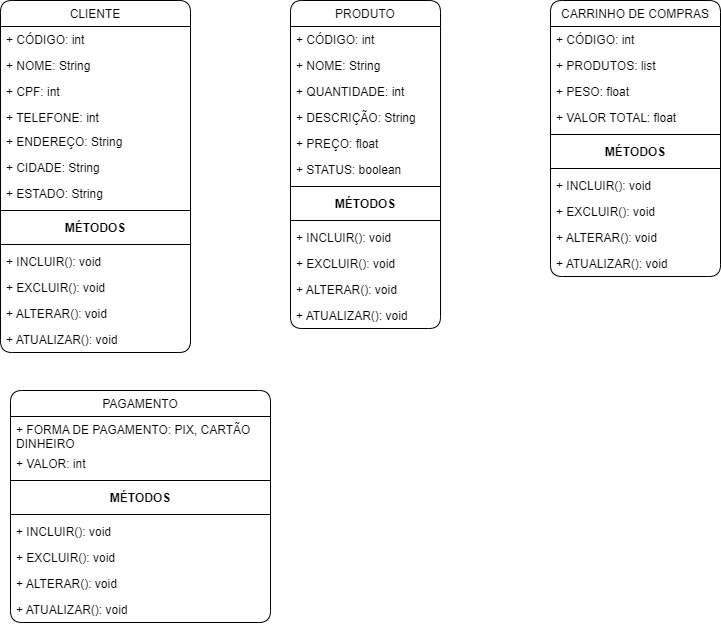
Before: Untitled Diagram.drawio.png, a diagram exported from draw.io (joao100101/Engenharia-De-Software). Source tidied: cells renumbered, new cells last; positions are measured from the earlier drawing's top-left corner, leaving out a move shared by most shapes.
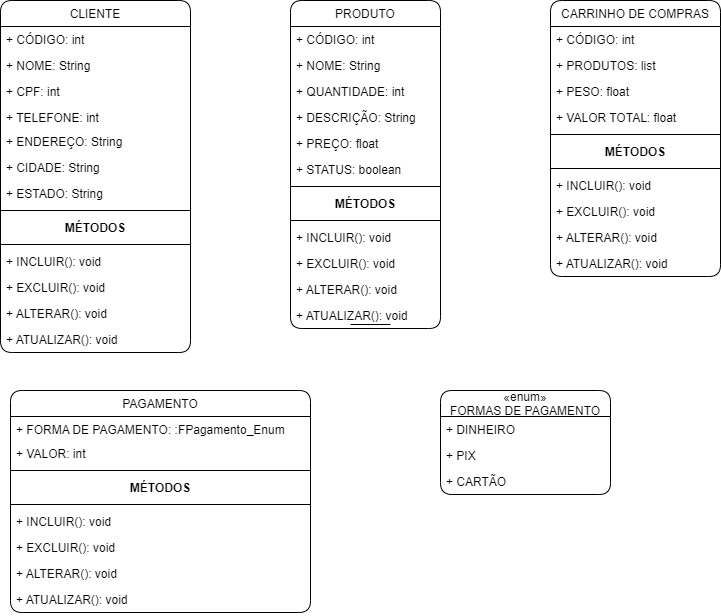
After the commit.

Commit message:
Pagamento atualizado

What changed in the source:
```diff
@@ -126,34 +126,49 @@
       <mxGeometry y="250" width="170" height="26" as="geometry" />
     </mxCell>
     <mxCell id="43" value="PAGAMENTO" style="swimlane;fontStyle=0;horizontal=1;startSize=26;fillColor=none;rounded=1;" parent="1" vertex="1">
-      <mxGeometry x="10" y="390" width="260" height="232" as="geometry" />
+      <mxGeometry x="10" y="390" width="300" height="222" as="geometry" />
     </mxCell>
-    <mxCell id="44" value="+ FORMA DE PAGAMENTO: PIX, CARTÃO&#10;DINHEIRO" style="text;strokeColor=none;fillColor=none;align=left;verticalAlign=top;spacingLeft=4;spacingRight=4;overflow=hidden;rounded=1;" parent="43" vertex="1">
-      <mxGeometry y="26" width="260" height="34" as="geometry" />
+    <mxCell id="44" value="+ FORMA DE PAGAMENTO: :FPagamento_Enum" style="text;strokeColor=none;fillColor=none;align=left;verticalAlign=top;spacingLeft=4;spacingRight=4;overflow=hidden;rounded=1;" parent="43" vertex="1">
+      <mxGeometry y="26" width="300" height="24" as="geometry" />
     </mxCell>
     <mxCell id="45" value="+ VALOR: int" style="text;strokeColor=none;fillColor=none;align=left;verticalAlign=top;spacingLeft=4;spacingRight=4;overflow=hidden;rounded=1;" parent="43" vertex="1">
-      <mxGeometry y="60" width="260" height="26" as="geometry" />
+      <mxGeometry y="50" width="300" height="26" as="geometry" />
     </mxCell>
     <mxCell id="46" style="line;strokeWidth=1;fillColor=none;align=left;verticalAlign=middle;spacingTop=-1;spacingLeft=3;spacingRight=3;labelPosition=right;rounded=1;" parent="43" vertex="1">
-      <mxGeometry y="86" width="260" height="8" as="geometry" />
+      <mxGeometry y="76" width="300" height="8" as="geometry" />
     </mxCell>
     <mxCell id="47" value="MÉTODOS" style="text;align=center;fontStyle=1;verticalAlign=middle;spacingLeft=3;spacingRight=3;strokeColor=none;rounded=1;" parent="43" vertex="1">
-      <mxGeometry y="94" width="260" height="26" as="geometry" />
+      <mxGeometry y="84" width="300" height="26" as="geometry" />
     </mxCell>
     <mxCell id="48" style="line;strokeWidth=1;fillColor=none;align=left;verticalAlign=middle;spacingTop=-1;spacingLeft=3;spacingRight=3;labelPosition=right;rounded=1;" parent="43" vertex="1">
-      <mxGeometry y="120" width="260" height="8" as="geometry" />
+      <mxGeometry y="110" width="300" height="8" as="geometry" />
     </mxCell>
     <mxCell id="49" value="+ INCLUIR(): void" style="text;strokeColor=none;fillColor=none;align=left;verticalAlign=top;spacingLeft=4;spacingRight=4;overflow=hidden;rounded=1;" parent="43" vertex="1">
-      <mxGeometry y="128" width="260" height="26" as="geometry" />
+      <mxGeometry y="118" width="300" height="26" as="geometry" />
     </mxCell>
     <mxCell id="50" value="+ EXCLUIR(): void" style="text;strokeColor=none;fillColor=none;align=left;verticalAlign=top;spacingLeft=4;spacingRight=4;overflow=hidden;rounded=1;" parent="43" vertex="1">
-      <mxGeometry y="154" width="260" height="26" as="geometry" />
+      <mxGeometry y="144" width="300" height="26" as="geometry" />
     </mxCell>
     <mxCell id="51" value="+ ALTERAR(): void" style="text;strokeColor=none;fillColor=none;align=left;verticalAlign=top;spacingLeft=4;spacingRight=4;overflow=hidden;rounded=1;" parent="43" vertex="1">
-      <mxGeometry y="180" width="260" height="26" as="geometry" />
+      <mxGeometry y="170" width="300" height="26" as="geometry" />
     </mxCell>
     <mxCell id="52" value="+ ATUALIZAR(): void" style="text;strokeColor=none;fillColor=none;align=left;verticalAlign=top;spacingLeft=4;spacingRight=4;overflow=hidden;rounded=1;" parent="43" vertex="1">
-      <mxGeometry y="206" width="260" height="26" as="geometry" />
+      <mxGeometry y="196" width="300" height="26" as="geometry" />
     </mxCell>
+    <mxCell id="53" style="line;strokeWidth=1;fillColor=none;align=left;verticalAlign=middle;spacingTop=-1;spacingLeft=3;spacingRight=3;labelPosition=right;rounded=1;" parent="1" vertex="1">
+      <mxGeometry x="350" y="320" width="40" height="8" as="geometry" />
+    </mxCell>
+    <mxCell id="54" value="«enum»&#10;FORMAS DE PAGAMENTO" style="swimlane;fontStyle=0;horizontal=1;startSize=26;fillColor=none;rounded=1;" parent="1" vertex="1">
+      <mxGeometry x="440" y="390" width="170" height="104" as="geometry" />
+    </mxCell>
+    <mxCell id="55" value="+ DINHEIRO" style="text;strokeColor=none;fillColor=none;align=left;verticalAlign=top;spacingLeft=4;spacingRight=4;overflow=hidden;rounded=1;" parent="54" vertex="1">
+      <mxGeometry y="26" width="170" height="26" as="geometry" />
+    </mxCell>
+    <mxCell id="56" value="+ PIX" style="text;strokeColor=none;fillColor=none;align=left;verticalAlign=top;spacingLeft=4;spacingRight=4;overflow=hidden;rounded=1;" parent="54" vertex="1">
+      <mxGeometry y="52" width="170" height="26" as="geometry" />
+    </mxCell>
+    <mxCell id="57" value="+ CARTÃO" style="text;strokeColor=none;fillColor=none;align=left;verticalAlign=top;spacingLeft=4;spacingRight=4;overflow=hidden;rounded=1;" parent="54" vertex="1">
+      <mxGeometry y="78" width="170" height="26" as="geometry" />
+    </mxCell>
   </root>
 </mxGraphModel>
```
